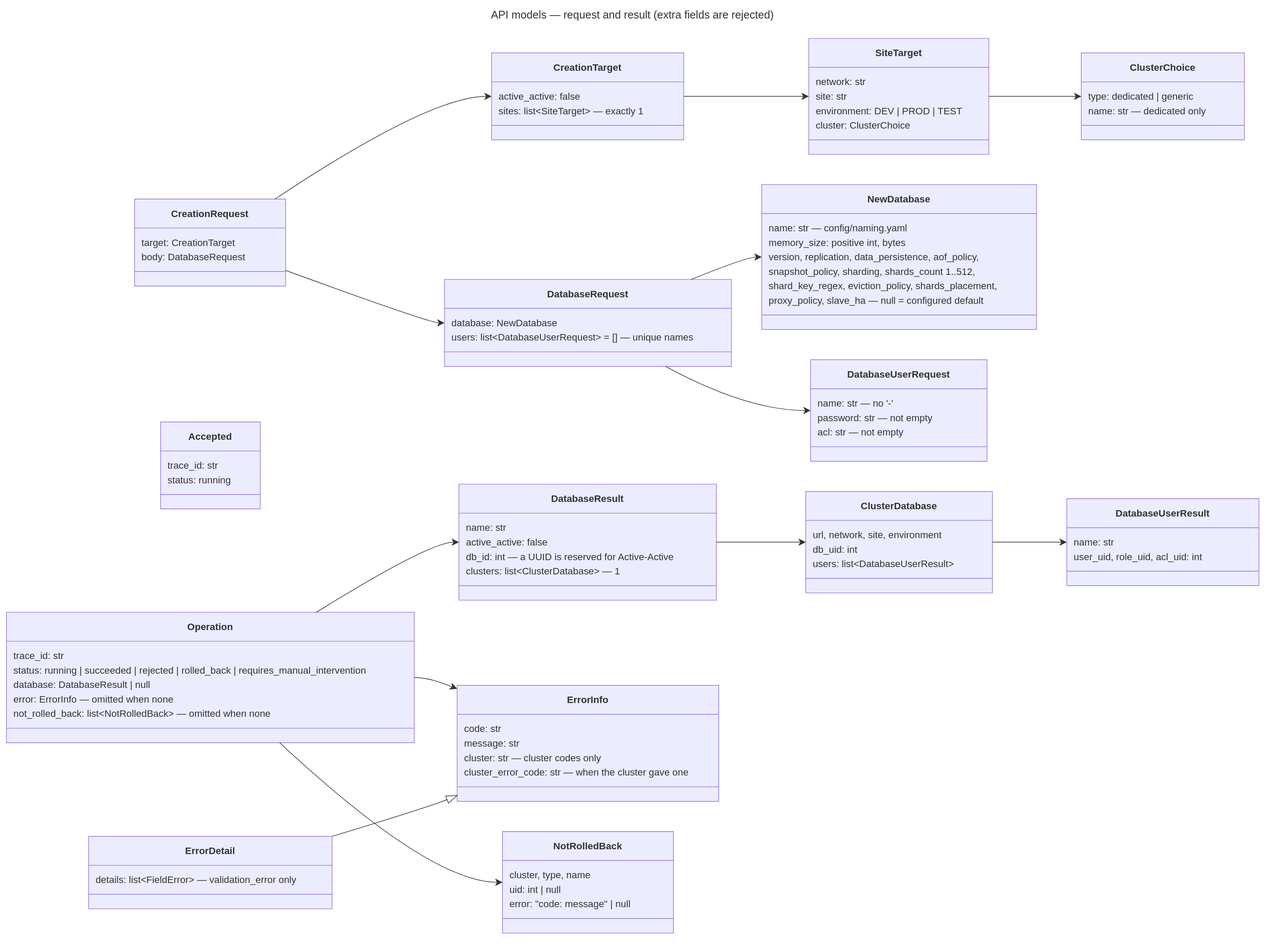
Above: docs/diagrams/19-api-models-create.drawio.svg in EliShteinman/redis-enterprise-services (draw.io), before the change. Source tidied: cells renumbered, new cells last; positions are measured from the earlier drawing's top-left corner, leaving out a move shared by most shapes.
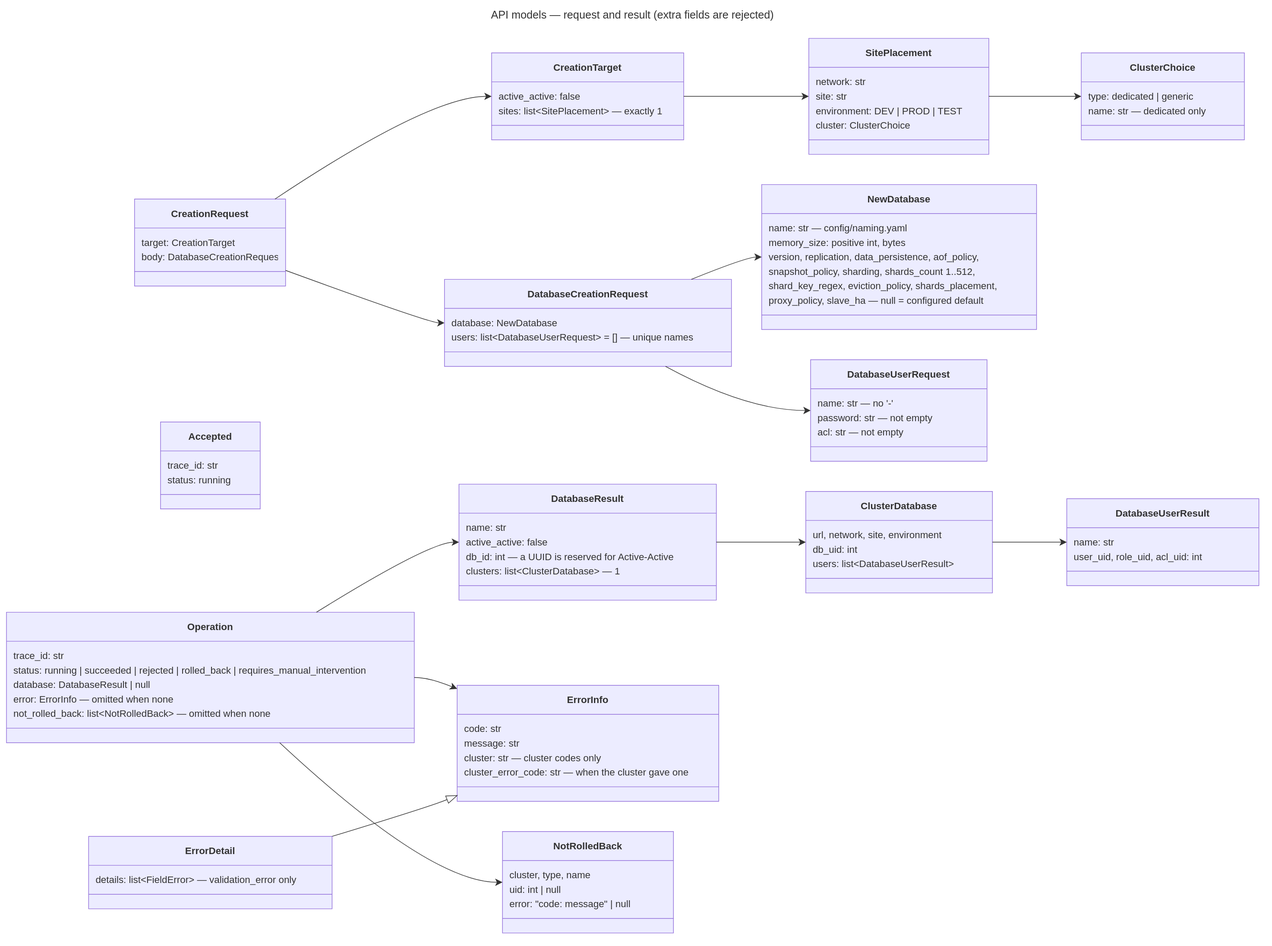
Later version of the same file.

The edit, as a diff of the source:
```diff
@@ -8,7 +8,7 @@
     <mxCell id="3" value="target: CreationTarget" style="text;fontSize=16;strokeColor=none;fillColor=none;align=left;verticalAlign=middle;spacingLeft=10;spacingRight=12;spacingBottom=2;overflow=hidden;fontFamily=Trebuchet MS,Verdana,Arial,sans-serif;fontColor=light-dark(#333333,#cccccc);" parent="2" vertex="1">
       <mxGeometry y="60" width="250" height="24" as="geometry" />
     </mxCell>
-    <mxCell id="4" value="body: DatabaseRequest" style="text;fontSize=16;strokeColor=none;fillColor=none;align=left;verticalAlign=middle;spacingLeft=10;spacingRight=12;spacingBottom=2;overflow=hidden;fontFamily=Trebuchet MS,Verdana,Arial,sans-serif;fontColor=light-dark(#333333,#cccccc);" parent="2" vertex="1">
+    <mxCell id="4" value="body: DatabaseCreationRequest" style="text;fontSize=16;strokeColor=none;fillColor=none;align=left;verticalAlign=middle;spacingLeft=10;spacingRight=12;spacingBottom=2;overflow=hidden;fontFamily=Trebuchet MS,Verdana,Arial,sans-serif;fontColor=light-dark(#333333,#cccccc);" parent="2" vertex="1">
       <mxGeometry y="84" width="250" height="24" as="geometry" />
     </mxCell>
     <mxCell id="5" style="line;strokeWidth=1;fillColor=none;spacingLeft=3;spacingRight=3;strokeColor=inherit;" parent="2" vertex="1">
@@ -20,13 +20,13 @@
     <mxCell id="7" value="active_active: false" style="text;fontSize=16;strokeColor=none;fillColor=none;align=left;verticalAlign=middle;spacingLeft=10;spacingRight=12;spacingBottom=2;overflow=hidden;fontFamily=Trebuchet MS,Verdana,Arial,sans-serif;fontColor=light-dark(#333333,#cccccc);" parent="6" vertex="1">
       <mxGeometry y="60" width="318" height="24" as="geometry" />
     </mxCell>
-    <mxCell id="8" value="sites: list&lt;SiteTarget&gt; — exactly 1" style="text;fontSize=16;strokeColor=none;fillColor=none;align=left;verticalAlign=middle;spacingLeft=10;spacingRight=12;spacingBottom=2;overflow=hidden;fontFamily=Trebuchet MS,Verdana,Arial,sans-serif;fontColor=light-dark(#333333,#cccccc);" parent="6" vertex="1">
+    <mxCell id="8" value="sites: list&lt;SitePlacement&gt; — exactly 1" style="text;fontSize=16;strokeColor=none;fillColor=none;align=left;verticalAlign=middle;spacingLeft=10;spacingRight=12;spacingBottom=2;overflow=hidden;fontFamily=Trebuchet MS,Verdana,Arial,sans-serif;fontColor=light-dark(#333333,#cccccc);" parent="6" vertex="1">
       <mxGeometry y="84" width="318" height="24" as="geometry" />
     </mxCell>
     <mxCell id="9" style="line;strokeWidth=1;fillColor=none;spacingLeft=3;spacingRight=3;strokeColor=inherit;" parent="6" vertex="1">
       <mxGeometry y="108" width="318" height="24" as="geometry" />
     </mxCell>
-    <mxCell id="10" value="&lt;b&gt;SiteTarget&lt;/b&gt;" style="swimlane;html=1;fontStyle=1;fontSize=16;align=center;verticalAlign=middle;horizontal=1;startSize=48;swimlaneFillColor=light-dark(#ECECFF,#1f2020);whiteSpace=wrap;fillColor=light-dark(#ECECFF,#1f2020);strokeColor=light-dark(#9370DB,#cccccc);fontColor=light-dark(#333333,#cccccc);fontFamily=Trebuchet MS,Verdana,Arial,sans-serif;" parent="1" vertex="1">
+    <mxCell id="10" value="&lt;b&gt;SitePlacement&lt;/b&gt;" style="swimlane;html=1;fontStyle=1;fontSize=16;align=center;verticalAlign=middle;horizontal=1;startSize=48;swimlaneFillColor=light-dark(#ECECFF,#1f2020);whiteSpace=wrap;fillColor=light-dark(#ECECFF,#1f2020);strokeColor=light-dark(#9370DB,#cccccc);fontColor=light-dark(#333333,#cccccc);fontFamily=Trebuchet MS,Verdana,Arial,sans-serif;" parent="1" vertex="1">
       <mxGeometry x="1328" y="53" width="298" height="192" as="geometry" />
     </mxCell>
     <mxCell id="11" value="network: str" style="text;fontSize=16;strokeColor=none;fillColor=none;align=left;verticalAlign=middle;spacingLeft=10;spacingRight=12;spacingBottom=2;overflow=hidden;fontFamily=Trebuchet MS,Verdana,Arial,sans-serif;fontColor=light-dark(#333333,#cccccc);" parent="10" vertex="1">
@@ -56,7 +56,7 @@
     <mxCell id="19" style="line;strokeWidth=1;fillColor=none;spacingLeft=3;spacingRight=3;strokeColor=inherit;" parent="16" vertex="1">
       <mxGeometry y="108" width="270" height="24" as="geometry" />
     </mxCell>
-    <mxCell id="20" value="&lt;b&gt;DatabaseRequest&lt;/b&gt;" style="swimlane;html=1;fontStyle=1;fontSize=16;align=center;verticalAlign=middle;horizontal=1;startSize=48;swimlaneFillColor=light-dark(#ECECFF,#1f2020);whiteSpace=wrap;fillColor=light-dark(#ECECFF,#1f2020);strokeColor=light-dark(#9370DB,#cccccc);fontColor=light-dark(#333333,#cccccc);fontFamily=Trebuchet MS,Verdana,Arial,sans-serif;" parent="1" vertex="1">
+    <mxCell id="20" value="&lt;b&gt;DatabaseCreationRequest&lt;/b&gt;" style="swimlane;html=1;fontStyle=1;fontSize=16;align=center;verticalAlign=middle;horizontal=1;startSize=48;swimlaneFillColor=light-dark(#ECECFF,#1f2020);whiteSpace=wrap;fillColor=light-dark(#ECECFF,#1f2020);strokeColor=light-dark(#9370DB,#cccccc);fontColor=light-dark(#333333,#cccccc);fontFamily=Trebuchet MS,Verdana,Arial,sans-serif;" parent="1" vertex="1">
       <mxGeometry x="725" y="452" width="475" height="144" as="geometry" />
     </mxCell>
     <mxCell id="21" value="database: NewDatabase" style="text;fontSize=16;strokeColor=none;fillColor=none;align=left;verticalAlign=middle;spacingLeft=10;spacingRight=12;spacingBottom=2;overflow=hidden;fontFamily=Trebuchet MS,Verdana,Arial,sans-serif;fontColor=light-dark(#333333,#cccccc);" parent="20" vertex="1">
```
